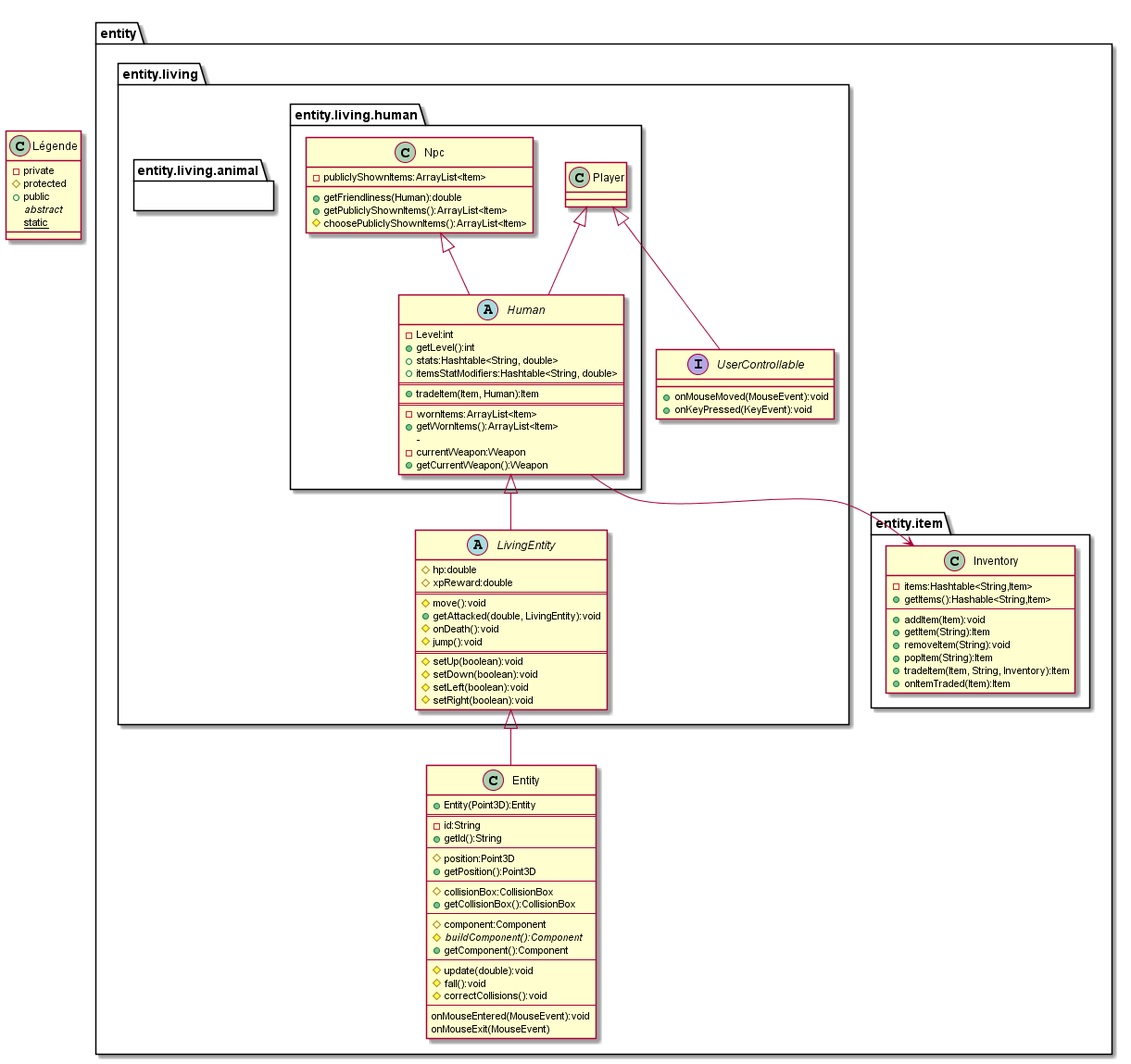
The PlantUML diagram uml/final/entity/living/human.png in the-zucc/coureur-de-bois, before a commit. Source of this version:
```plantuml
@startuml human
class Légende{
    - private
    # protected
    + public
    {abstract} abstract
    {static} static
}
package entity{

    class Entity{
        + Entity(Point3D):Entity
        ==
        - id:String
        + getId():String
        --
        # position:Point3D
        + getPosition():Point3D
        --
        # collisionBox:CollisionBox
        + getCollisionBox():CollisionBox
        --
        # component:Component
        # {abstract} buildComponent():Component
        + getComponent():Component
        --
        # update(double):void
        # fall():void
        # correctCollisions():void
        --
        onMouseEntered(MouseEvent):void
        onMouseExit(MouseEvent)
    }
    package entity.item{
        class Inventory{
            - items:Hashtable<String,Item>
            + getItems():Hashable<String,Item>
            --
            + addItem(Item):void
            + getItem(String):Item
            + removeItem(String):void
            + popItem(String):Item
            + tradeItem(Item, String, Inventory):Item
            + onItemTraded(Item):Item
        }
    }
    package entity.living{
        abstract class LivingEntity{
            # hp:double
            # xpReward:double
            ==
            # move():void
            + getAttacked(double, LivingEntity):void
            # onDeath():void
            # jump():void
            ==
            # setUp(boolean):void
            # setDown(boolean):void
            # setLeft(boolean):void
            # setRight(boolean):void
        }
        LivingEntity <|-- Entity
        interface UserControllable{
            + onMouseMoved(MouseEvent):void
            + onKeyPressed(KeyEvent):void
        }
        package entity.living.human{
            abstract class Human{
                - Level:int
                + getLevel():int
                + stats:Hashtable<String, double>
                + itemsStatModifiers:Hashtable<String, double>
                ==
                + tradeItem(Item, Human):Item
                ==
                - wornItems:ArrayList<Item>
                + getWornItems():ArrayList<Item>
                -
                - currentWeapon:Weapon
                + getCurrentWeapon():Weapon
            }
            Human <|-- LivingEntity
            Human --> Inventory
            class Player{

            }
            Player <|-- Human
            Player <|-- UserControllable
            class Npc{
                - publiclyShownItems:ArrayList<Item>
                + getFriendliness(Human):double
                + getPubliclyShownItems():ArrayList<Item>
                # choosePubliclyShownItems():ArrayList<Item>
            }
            Npc <|-- Human
        }
        package entity.living.animal{

        }
    }
}
@enduml
```
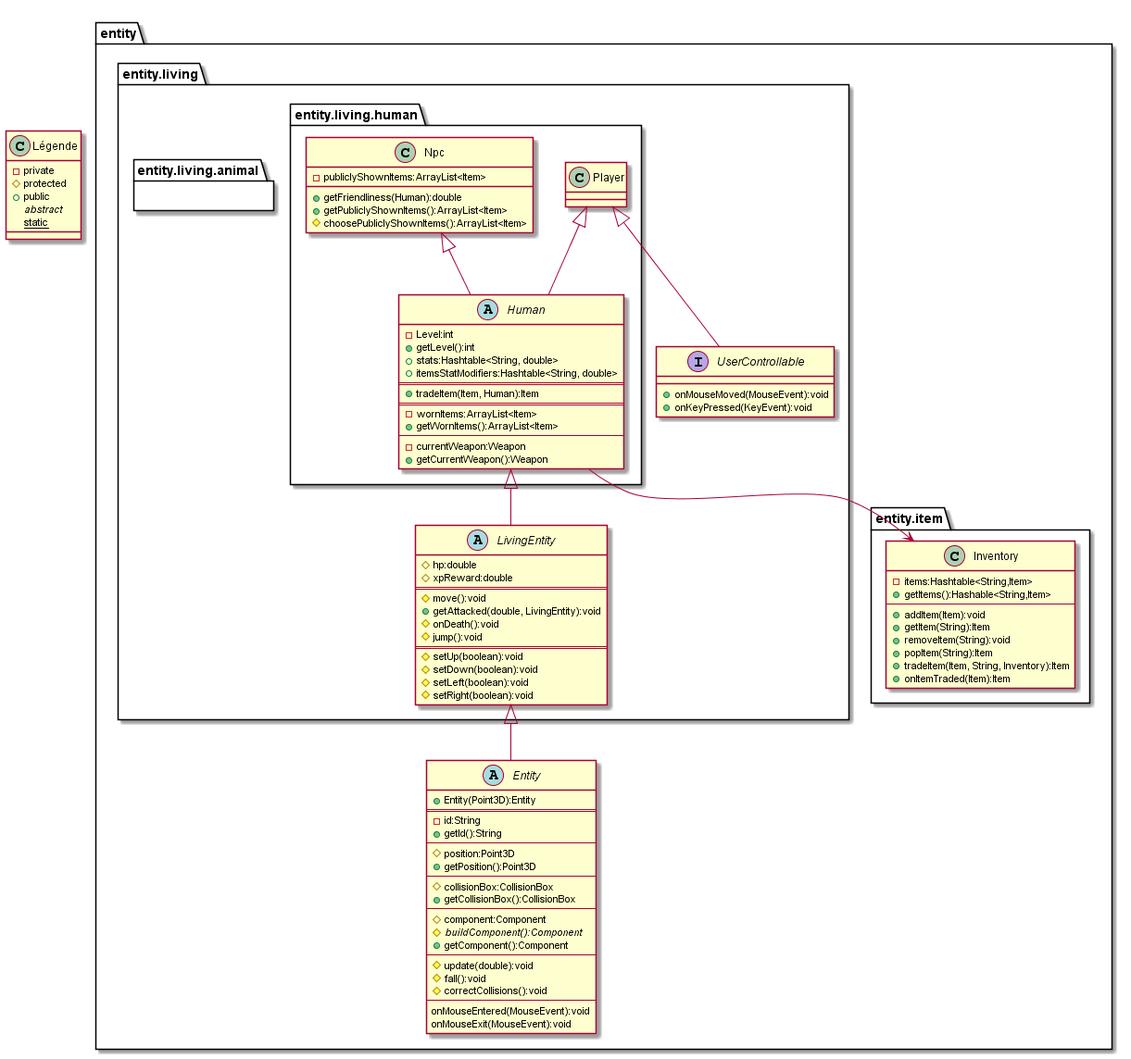
After the commit.

Change to the diagram source:
```diff
@@ -8,7 +8,7 @@
 }
 package entity{
 
-    class Entity{
+    abstract class Entity{
         + Entity(Point3D):Entity
         ==
         - id:String
@@ -29,7 +29,7 @@
         # correctCollisions():void
         --
         onMouseEntered(MouseEvent):void
-        onMouseExit(MouseEvent)
+        onMouseExit(MouseEvent):void
     }
     package entity.item{
         class Inventory{
@@ -75,7 +75,7 @@
                 ==
                 - wornItems:ArrayList<Item>
                 + getWornItems():ArrayList<Item>
-                -
+                --
                 - currentWeapon:Weapon
                 + getCurrentWeapon():Weapon
             }
```
